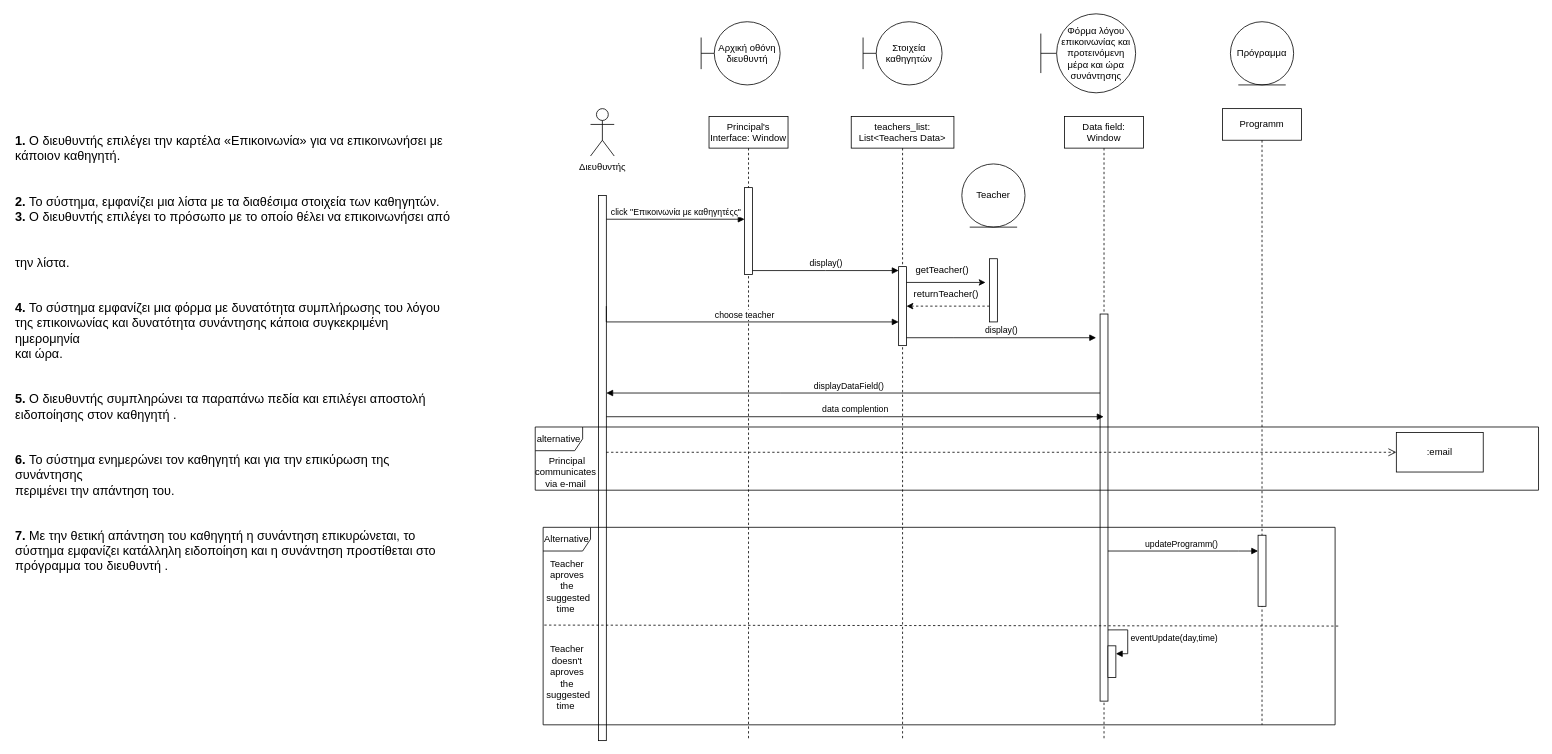
Above: Παραδοτέο4/sequence_Principal2.drawio in m1kemp/School-Hero (draw.io), before the change. Source tidied: cells renumbered, new cells numbered last; positions are measured from the earlier drawing's top-left corner, leaving out a move shared by most shapes. Both pictures are drawn from the tidied source at 79%, with x=0, y=0 at pixel (13, 13).
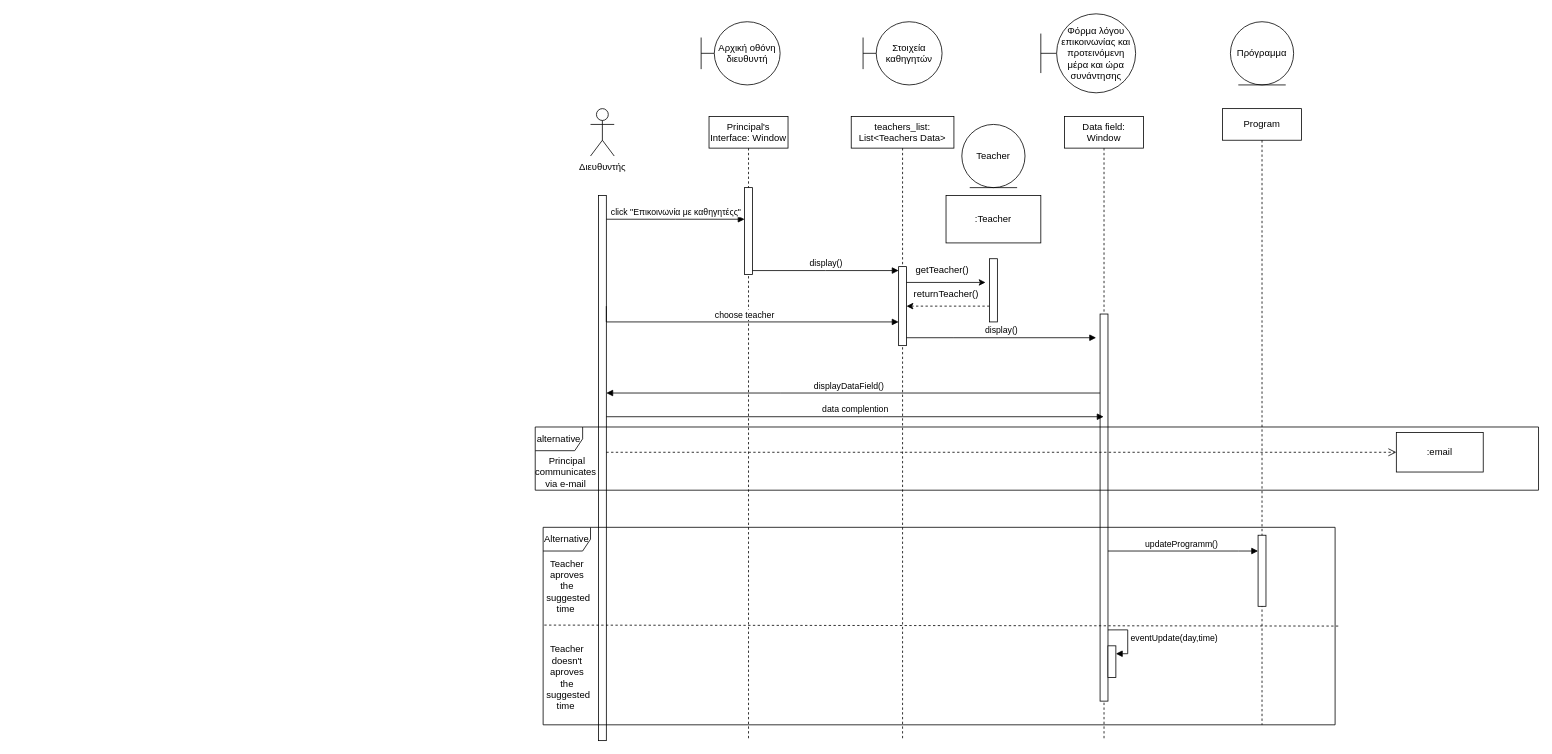
After the change.

The edit, as a diff of the source:
```diff
@@
-    <mxCell id="15" value="Programm" style="shape=umlLifeline;perimeter=lifelinePerimeter;whiteSpace=wrap;html=1;newEdgeStyle={&quot;edgeStyle&quot;:&quot;elbowEdgeStyle&quot;,&quot;elbow&quot;:&quot;vertical&quot;,&quot;curved&quot;:0,&quot;rounded&quot;:0};" parent="1" vertex="1">
+    <mxCell id="15" value="Program" style="shape=umlLifeline;perimeter=lifelinePerimeter;whiteSpace=wrap;html=1;newEdgeStyle={&quot;edgeStyle&quot;:&quot;elbowEdgeStyle&quot;,&quot;elbow&quot;:&quot;vertical&quot;,&quot;curved&quot;:0,&quot;rounded&quot;:0};" parent="1" vertex="1">
       <mxGeometry x="1530" y="120" width="100" height="780" as="geometry" />
     </mxCell>
@@
-    <mxCell id="33" value="&lt;div title=&quot;Page 13&quot; class=&quot;page&quot;&gt;&#10;   &lt;div class=&quot;layoutArea&quot;&gt;&#10;    &lt;div class=&quot;column&quot;&gt;&#10;     &lt;p&gt;&lt;span style=&quot;font-size: 12.000000pt; font-family: 'Calibri'; font-weight: 700&quot;&gt;1. &lt;/span&gt;&lt;span style=&quot;font-size: 12.000000pt; font-family: 'Calibri'&quot;&gt;Ο διευθυντής επιλέγει την καρτέλα «Επικοινωνία» για να επικοινωνήσει με&#10;κάποιον καθηγητή.&#10;&lt;/span&gt;&lt;/p&gt;&#10;     &lt;p&gt;&lt;span style=&quot;font-size: 12.000000pt; font-family: 'Calibri'; font-weight: 700&quot;&gt;2. &lt;/span&gt;&lt;span style=&quot;font-size: 12.000000pt; font-family: 'Calibri'&quot;&gt;Το σύστημα, εμφανίζει μια λίστα με τα διαθέσιμα στοιχεία των καθηγητών.&#10;&lt;/span&gt;&lt;span style=&quot;font-size: 12.000000pt; font-family: 'Calibri'; font-weight: 700&quot;&gt;3. &lt;/span&gt;&lt;span style=&quot;font-size: 12.000000pt; font-family: 'Calibri'&quot;&gt;Ο διευθυντής επιλέγει το πρόσωπο με το οποίο θέλει να επικοινωνήσει από&#10;&lt;/span&gt;&lt;/p&gt;&#10;     &lt;p&gt;&lt;span style=&quot;font-size: 12.000000pt; font-family: 'Calibri'&quot;&gt;την λίστα.&#10;&lt;/span&gt;&lt;/p&gt;&#10;     &lt;p&gt;&lt;span style=&quot;font-size: 12.000000pt; font-family: 'Calibri'; font-weight: 700&quot;&gt;4. &lt;/span&gt;&lt;span style=&quot;font-size: 12.000000pt; font-family: 'Calibri'&quot;&gt;Το σύστημα εμφανίζει μια φόρμα με δυνατότητα συμπλήρωσης του λόγου&#10;της επικοινωνίας και δυνατότητα συνάντησης κάποια συγκεκριμένη ημερομηνία&#10;και ώρα.&#10;&lt;/span&gt;&lt;/p&gt;&#10;     &lt;p&gt;&lt;span style=&quot;font-size: 12.000000pt; font-family: 'Calibri'; font-weight: 700&quot;&gt;5. &lt;/span&gt;&lt;span style=&quot;font-size: 12.000000pt; font-family: 'Calibri'&quot;&gt;Ο διευθυντής συμπληρώνει τα παραπάνω πεδία και επιλέγει αποστολή&#10;ειδοποίησης στον καθηγητή .&#10;&lt;/span&gt;&lt;/p&gt;&#10;     &lt;p&gt;&lt;span style=&quot;font-size: 12.000000pt; font-family: 'Calibri'; font-weight: 700&quot;&gt;6. &lt;/span&gt;&lt;span style=&quot;font-size: 12.000000pt; font-family: 'Calibri'&quot;&gt;Το σύστημα ενημερώνει τον καθηγητή και για την επικύρωση της συνάντησης&#10;περιμένει την απάντηση του.&#10;&lt;/span&gt;&lt;/p&gt;&#10;     &lt;p&gt;&lt;span style=&quot;font-size: 12.000000pt; font-family: 'Calibri'; font-weight: 700&quot;&gt;7. &lt;/span&gt;&lt;span style=&quot;font-size: 12.000000pt; font-family: 'Calibri'&quot;&gt;Με την θετική απάντηση του καθηγητή η συνάντηση επικυρώνεται, το&#10;σύστημα εμφανίζει κατάλληλη ειδοποίηση και η συνάντηση προστίθεται στο&#10;πρόγραμμα του διευθυντή .&#10;&lt;/span&gt;&lt;/p&gt;&#10;    &lt;/div&gt;&#10;   &lt;/div&gt;&#10;  &lt;/div&gt;" style="text;whiteSpace=wrap;html=1;" parent="1" vertex="1">
-      <mxGeometry y="90" width="560" height="790" as="geometry" />
-    </mxCell>
     <mxCell id="34" value="Teacher" style="ellipse;shape=umlEntity;whiteSpace=wrap;html=1;" parent="1" vertex="1">
-      <mxGeometry x="1200" y="190" width="80" height="80" as="geometry" />
+      <mxGeometry x="1200" y="140" width="80" height="80" as="geometry" />
     </mxCell>
@@
+    <mxCell id="40" value=":Teacher" style="rounded=0;whiteSpace=wrap;html=1;" parent="1" vertex="1">
+      <mxGeometry x="1180" y="230" width="120" height="60" as="geometry" />
+    </mxCell>
```
